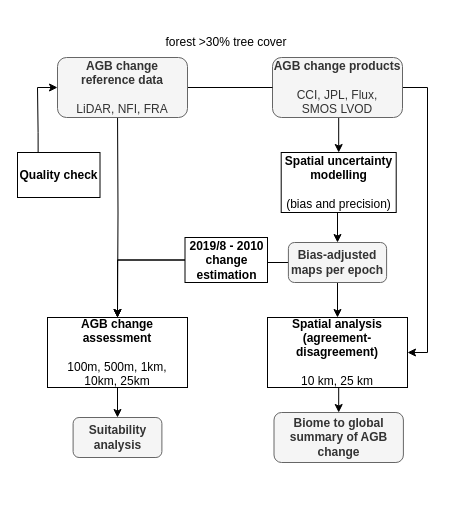
Before: paper2.drawio in arnanaraza/diagrams, a draw.io diagram. Source tidied: cells renumbered, new cells numbered last; positions are measured from the earlier drawing's top-left corner, leaving out a move shared by most shapes. Both pictures are drawn from the tidied source at 100%, with x=0, y=0 at pixel (17, 27).
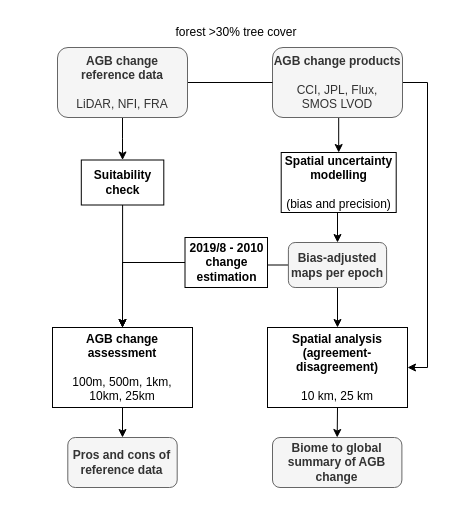
The same page after the edit.

The edit, as a diff of the source:
```diff
@@
     <mxCell id="4" value="&lt;b&gt;AGB change products&lt;br&gt;&lt;/b&gt;&lt;br&gt;CCI, JPL, Flux, &lt;br&gt;SMOS LVOD&lt;span style=&quot;font-family: &amp;#34;helvetica&amp;#34;&quot;&gt;&lt;br&gt;&lt;/span&gt;" style="rounded=1;whiteSpace=wrap;html=1;fillColor=#f5f5f5;fontColor=#333333;strokeColor=#666666;" parent="1" vertex="1">
-      <mxGeometry x="255" y="30" width="130" height="60" as="geometry" />
+      <mxGeometry x="255" y="20" width="130" height="70" as="geometry" />
     </mxCell>
@@
     <mxCell id="9" value="&lt;b&gt;Bias-adjusted maps per epoch&lt;br&gt;&lt;/b&gt;" style="rounded=1;whiteSpace=wrap;html=1;fillColor=#f5f5f5;strokeColor=#666666;fontColor=#333333;" parent="1" vertex="1">
-      <mxGeometry x="270.9" y="215" width="98.2" height="40" as="geometry" />
+      <mxGeometry x="270.9" y="215" width="98.2" height="45" as="geometry" />
     </mxCell>
@@
     <mxCell id="11" value="&lt;b&gt;AGB change assessment&lt;/b&gt;&lt;br&gt;&lt;br&gt;100m, 500m, 1km, &lt;br&gt;10km, 25km" style="rounded=0;whiteSpace=wrap;html=1;" parent="1" vertex="1">
-      <mxGeometry x="30" y="290" width="140" height="70" as="geometry" />
+      <mxGeometry x="35" y="300" width="140" height="80" as="geometry" />
     </mxCell>
@@
     <mxCell id="14" value="forest &amp;gt;30% tree cover" style="text;html=1;strokeColor=none;fillColor=none;align=center;verticalAlign=middle;whiteSpace=wrap;rounded=0;" parent="1" vertex="1">
-      <mxGeometry x="110" width="197.5" height="30" as="geometry" />
+      <mxGeometry x="120" y="-10" width="197.5" height="30" as="geometry" />
     </mxCell>
@@
     <mxCell id="16" value="&lt;b&gt;Spatial analysis (agreement-disagreement)&lt;br&gt;&lt;/b&gt;&lt;br&gt;10 km, 25 km" style="rounded=0;whiteSpace=wrap;html=1;" parent="1" vertex="1">
-      <mxGeometry x="250" y="290" width="140" height="70" as="geometry" />
+      <mxGeometry x="250" y="300" width="140" height="80" as="geometry" />
     </mxCell>
-    <mxCell id="17" style="edgeStyle=orthogonalEdgeStyle;rounded=0;jettySize=auto;html=1;exitX=0.25;exitY=0;exitDx=0;exitDy=0;entryX=0;entryY=0.5;entryDx=0;entryDy=0;endArrow=classic;endFill=1;" parent="1" edge="1" source="18" target="23">
-      <mxGeometry relative="1" as="geometry" />
-    </mxCell>
-    <mxCell id="18" value="&lt;b&gt;Quality check&lt;/b&gt;" style="rounded=0;whiteSpace=wrap;html=1;" parent="1" vertex="1">
-      <mxGeometry y="125" width="82.5" height="45" as="geometry" />
-    </mxCell>
-    <mxCell id="19" value="&lt;b&gt;Suitability analysis&lt;br&gt;&lt;/b&gt;" style="rounded=1;whiteSpace=wrap;html=1;fillColor=#f5f5f5;strokeColor=#666666;fontColor=#333333;" parent="1" vertex="1">
-      <mxGeometry x="55.6" y="390" width="88.8" height="40" as="geometry" />
+    <mxCell id="19" value="&lt;b&gt;Pros and cons of reference data&lt;br&gt;&lt;/b&gt;" style="rounded=1;whiteSpace=wrap;html=1;fillColor=#f5f5f5;strokeColor=#666666;fontColor=#333333;" parent="1" vertex="1">
+      <mxGeometry x="50.3" y="410" width="109.4" height="50" as="geometry" />
     </mxCell>
     <mxCell id="20" value="&lt;b&gt;Biome to global summary of AGB change&lt;/b&gt;" style="rounded=1;whiteSpace=wrap;html=1;fillColor=#f5f5f5;strokeColor=#666666;fontColor=#333333;" parent="1" vertex="1">
-      <mxGeometry x="256.5" y="385" width="129.4" height="50" as="geometry" />
+      <mxGeometry x="255" y="410" width="129.4" height="50" as="geometry" />
     </mxCell>
-    <mxCell id="21" style="edgeStyle=orthogonalEdgeStyle;rounded=0;jettySize=auto;html=1;entryX=0.5;entryY=0;entryDx=0;entryDy=0;" parent="1" edge="1" target="11">
-      <mxGeometry relative="1" as="geometry">
-        <mxPoint x="100" y="80" as="sourcePoint" />
-      </mxGeometry>
+    <mxCell id="21" style="edgeStyle=orthogonalEdgeStyle;rounded=0;jettySize=auto;html=1;entryX=0.5;entryY=0;entryDx=0;entryDy=0;startArrow=none;" parent="1" edge="1" source="26" target="11">
+      <mxGeometry relative="1" as="geometry" />
     </mxCell>
@@
+    <mxCell id="25" style="edgeStyle=orthogonalEdgeStyle;rounded=0;jettySize=auto;html=1;exitX=0.5;exitY=1;exitDx=0;exitDy=0;entryX=0.5;entryY=0;entryDx=0;entryDy=0;" parent="1" edge="1" source="23" target="26">
+      <mxGeometry relative="1" as="geometry" />
+    </mxCell>
     <mxCell id="23" value="&lt;b style=&quot;font-family: &amp;#34;helvetica&amp;#34;&quot;&gt;AGB change reference data&lt;/b&gt;&lt;br style=&quot;font-family: &amp;#34;helvetica&amp;#34;&quot;&gt;&lt;br style=&quot;font-family: &amp;#34;helvetica&amp;#34;&quot;&gt;&lt;span style=&quot;font-family: &amp;#34;helvetica&amp;#34;&quot;&gt;LiDAR, NFI, FRA&lt;/span&gt;" style="rounded=1;whiteSpace=wrap;html=1;shadow=0;glass=0;sketch=0;fillColor=#f5f5f5;fontColor=#333333;strokeColor=#666666;" parent="1" vertex="1">
-      <mxGeometry x="40" y="30" width="130" height="60" as="geometry" />
+      <mxGeometry x="40" y="20" width="130" height="70" as="geometry" />
     </mxCell>
     <mxCell id="24" value="&lt;b&gt;2019/8 - 2010 change estimation&lt;/b&gt;" style="rounded=0;whiteSpace=wrap;html=1;" parent="1" vertex="1">
-      <mxGeometry x="167.5" y="210" width="82.5" height="45" as="geometry" />
+      <mxGeometry x="167.5" y="210" width="82.5" height="50" as="geometry" />
     </mxCell>
+    <mxCell id="26" value="&lt;b&gt;Suitability check&lt;/b&gt;" style="rounded=0;whiteSpace=wrap;html=1;" parent="1" vertex="1">
+      <mxGeometry x="63.8" y="132.5" width="82.5" height="45" as="geometry" />
+    </mxCell>
```
